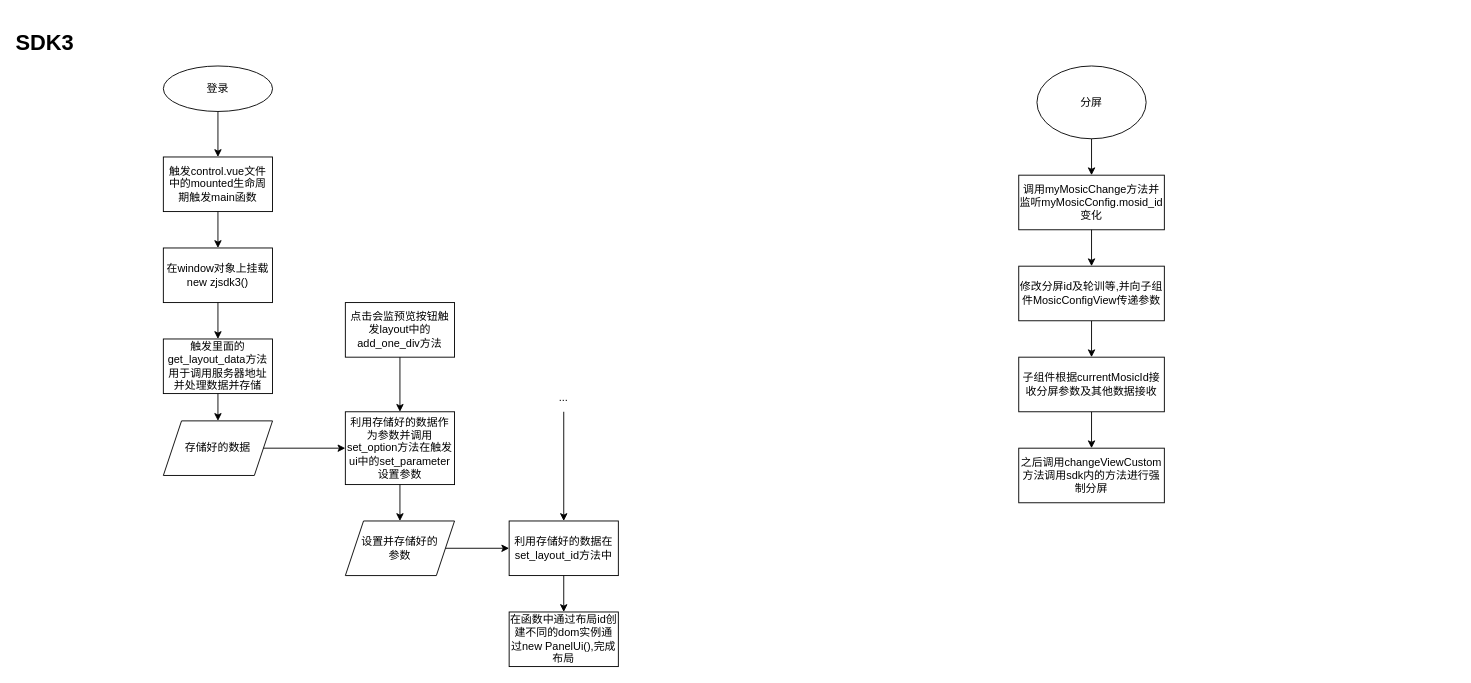
Before: page "sdk3" (2 of 2) of 未命名绘图.drawio in liuyifeng123321/arrayRemove, a draw.io diagram. Source tidied: cells renumbered, new cells numbered last; positions are measured from the earlier drawing's top-left corner, leaving out a move shared by most shapes. Both pictures are drawn from the tidied source at 91%, with x=0, y=0 at pixel (17, 29).
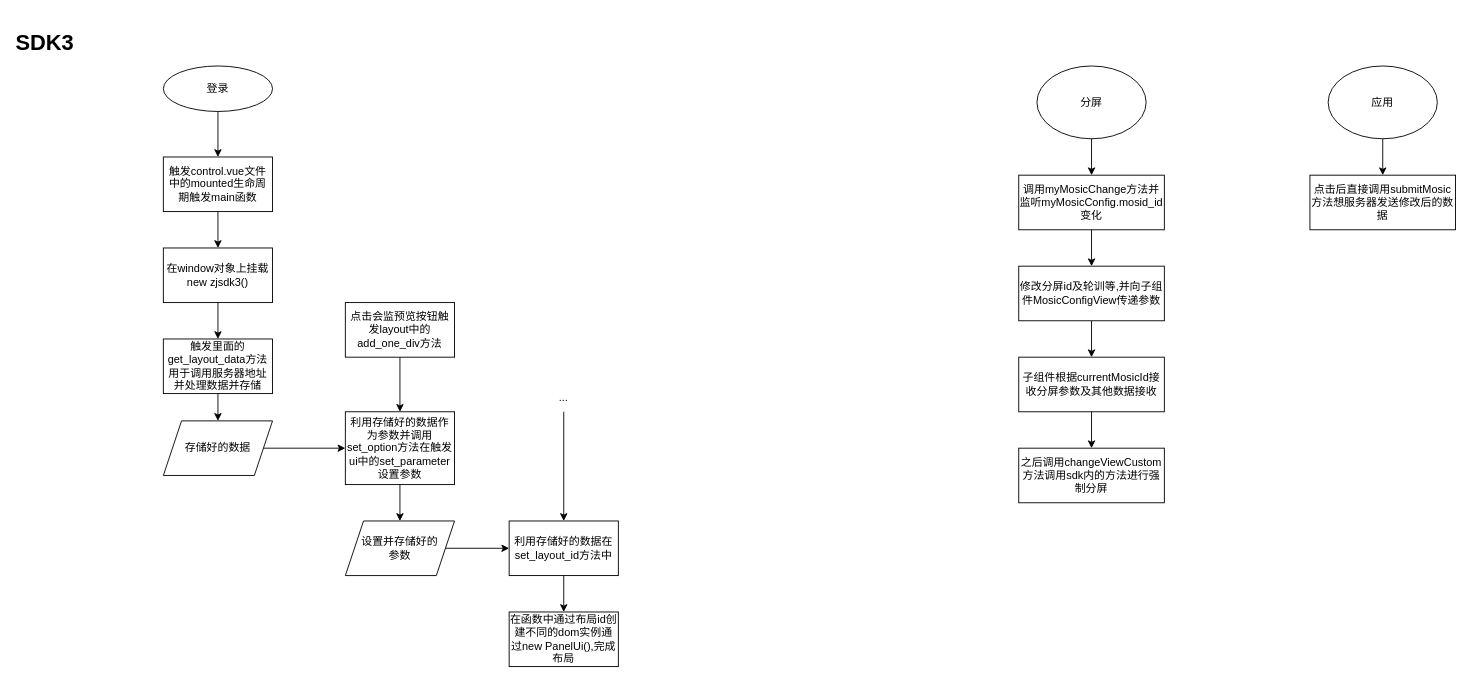
The same diagram, later.

Commit message:
更新未命名绘图.drawio

Change to the diagram source:
```diff
@@
+    <mxCell id="33" value="应用" style="ellipse;whiteSpace=wrap;html=1;" parent="1" vertex="1">
+      <mxGeometry x="1440" y="40" width="120" height="80" as="geometry" />
+    </mxCell>
+    <mxCell id="34" value="点击后直接调用submitMosic方法想服务器发送修改后的数据" style="rounded=0;whiteSpace=wrap;html=1;" parent="1" vertex="1">
+      <mxGeometry x="1420" y="160" width="160" height="60" as="geometry" />
+    </mxCell>
+    <mxCell id="35" style="endArrow=classic;html=1;rounded=0;exitX=0.5;exitY=1;exitDx=0;exitDy=0;" parent="1" edge="1" source="33" target="34">
+      <mxGeometry relative="1" as="geometry" />
+    </mxCell>
```
